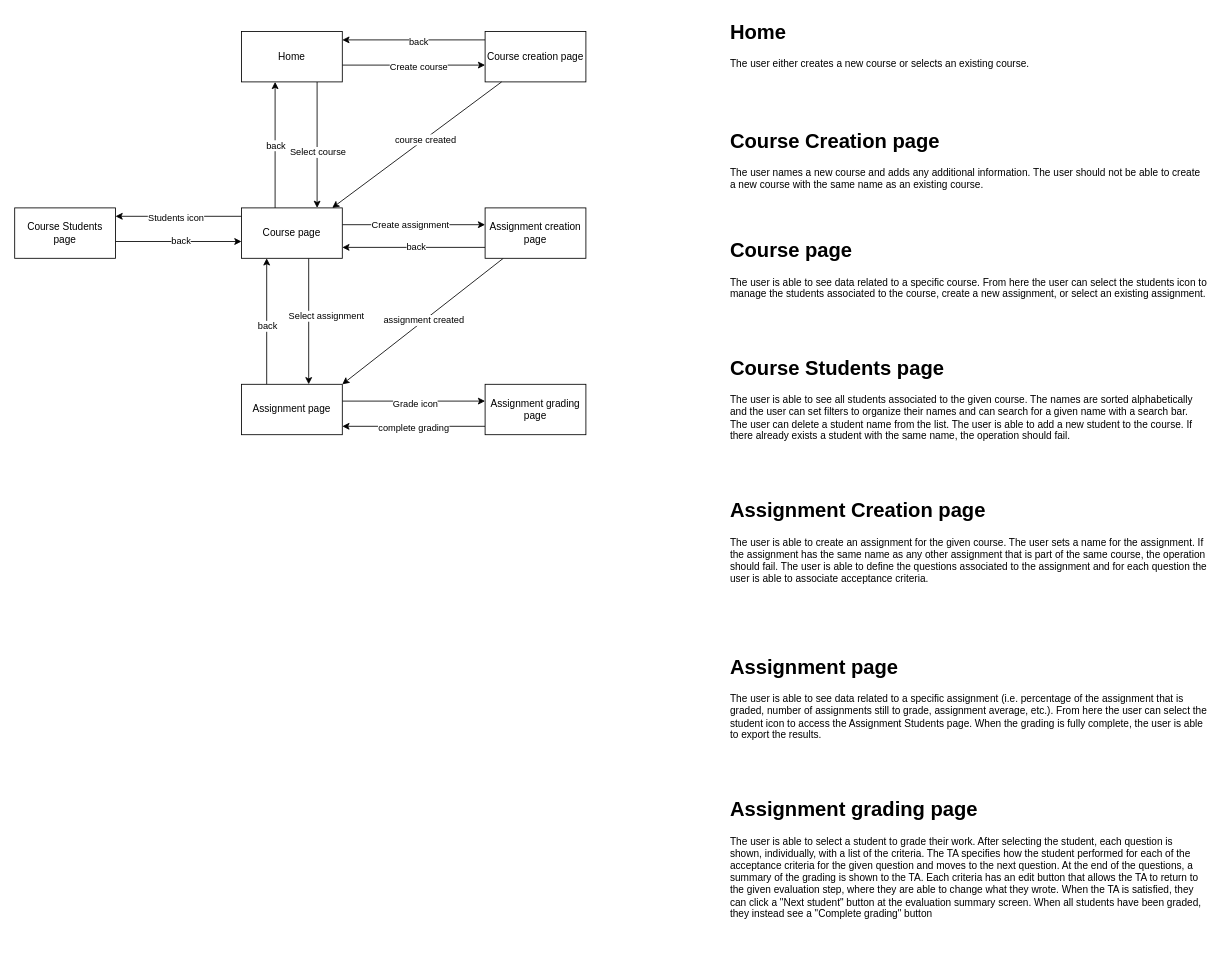
Earlier version of the draw.io diagram page "UI Flow" (2 of 2) of application-diagram.drawio (Jacques-Philippe/gradekit). Source tidied: cells renumbered, new cells numbered last; positions are measured from the earlier drawing's top-left corner, leaving out a move shared by most shapes. Both pictures are drawn from the tidied source at 84%, with x=0, y=0 at pixel (14, 14).
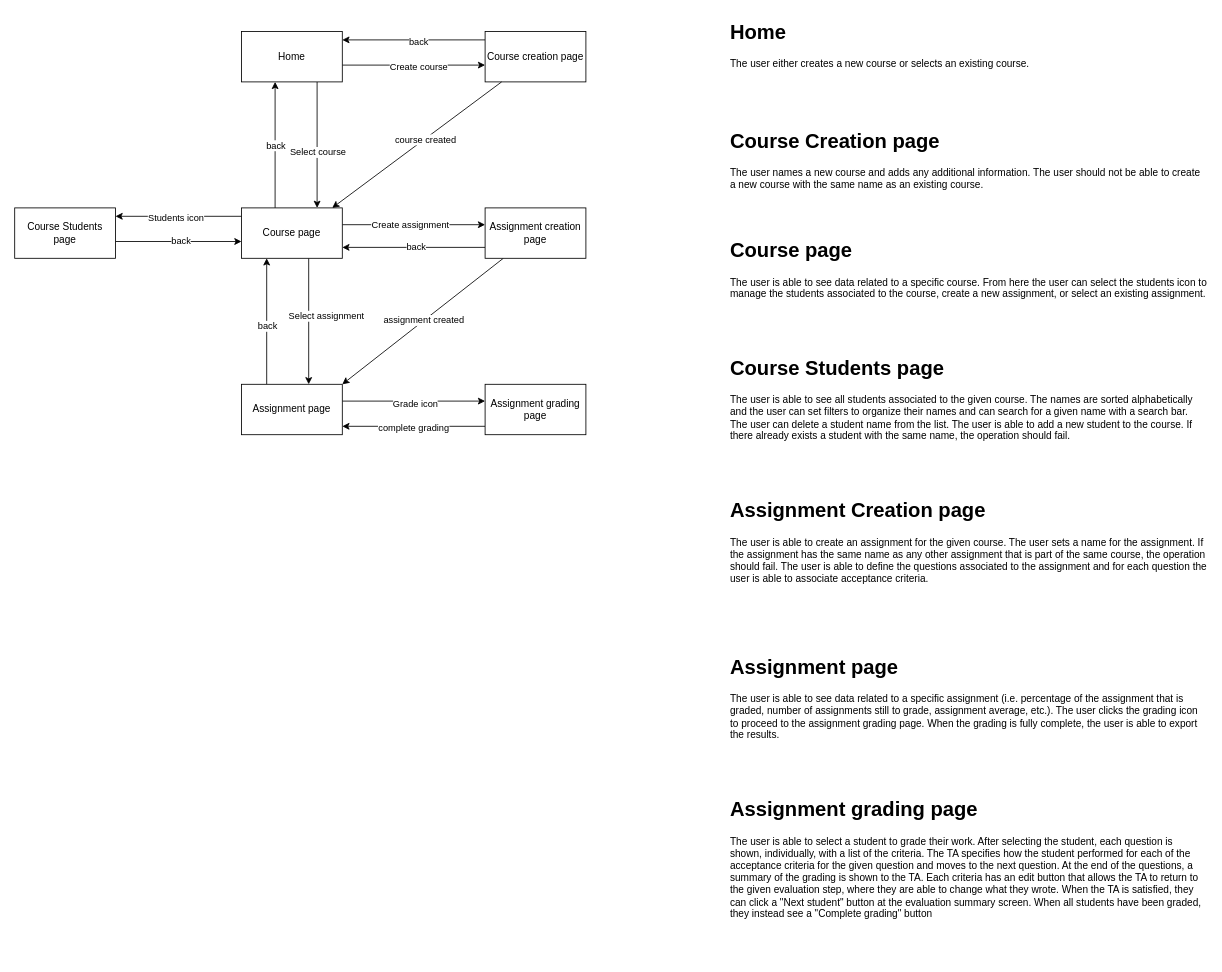
After the change.

Commit message:
Fix erroneous panel reference

The edit, as a diff of the source:
```diff
@@
-    <mxCell id="39" value="&lt;h1 style=&quot;margin-top: 0px;&quot;&gt;Assignment page&lt;/h1&gt;&lt;p&gt;The user is able to see data related to a specific assignment (i.e. percentage of the assignment that is graded, number of assignments still to grade, assignment average, etc.). From here the user can select the student icon to access the Assignment Students page. When the grading is fully complete, the user is able to export the results.&lt;/p&gt;" style="text;html=1;whiteSpace=wrap;overflow=hidden;rounded=0;" parent="1" vertex="1">
+    <mxCell id="39" value="&lt;h1 style=&quot;margin-top: 0px;&quot;&gt;Assignment page&lt;/h1&gt;&lt;p&gt;The user is able to see data related to a specific assignment (i.e. percentage of the assignment that is graded, number of assignments still to grade, assignment average, etc.). The user clicks the grading icon to proceed to the assignment grading page. When the grading is fully complete, the user is able to export the results.&lt;/p&gt;" style="text;html=1;whiteSpace=wrap;overflow=hidden;rounded=0;" parent="1" vertex="1">
       <mxGeometry x="850" y="756" width="570" height="120" as="geometry" />
     </mxCell>
```
